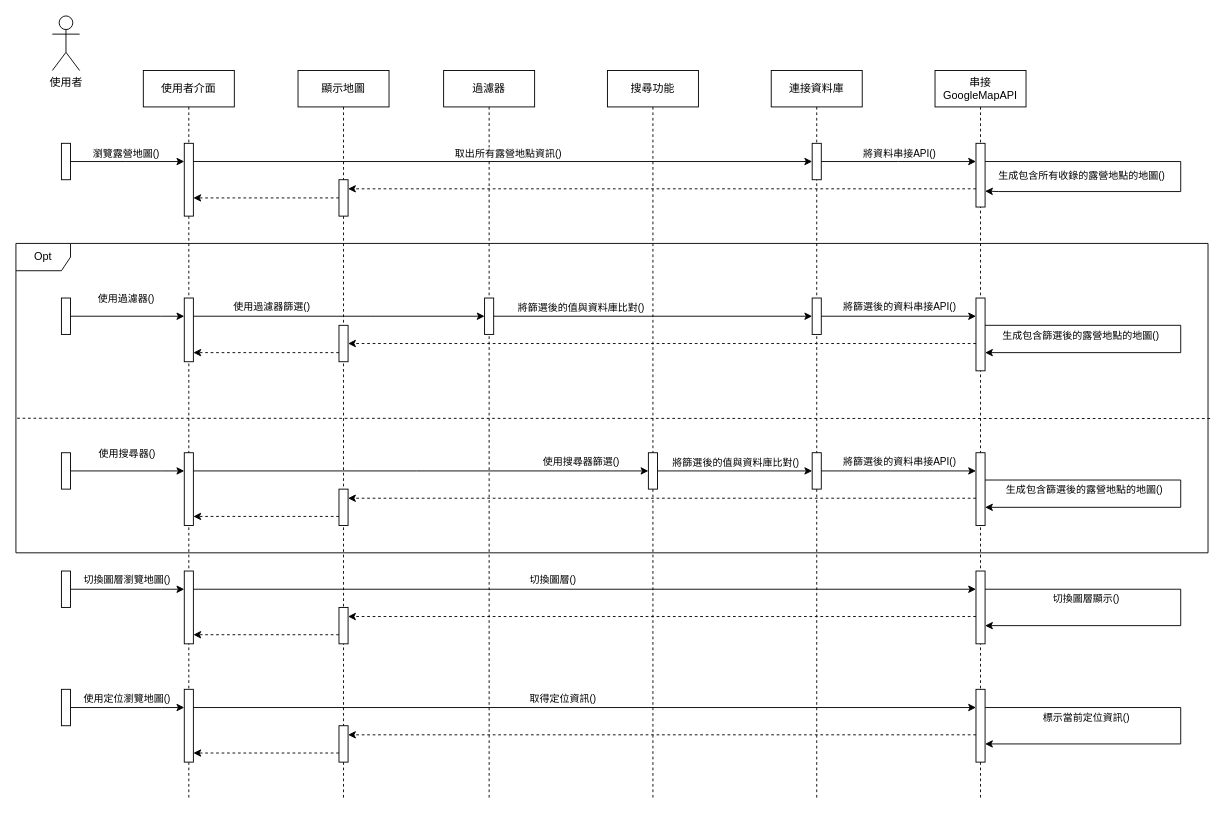
The draw.io diagram page "瀏覽地圖 - AC圖" (2 of 3) of UI圖.drawio in sanchongdragon/DrawIOTest, before the edit. Source tidied: cells renumbered, new cells numbered last; positions are measured from the earlier drawing's top-left corner, leaving out a move shared by most shapes. Both pictures are drawn from the tidied source at 91%, with x=0, y=0 at pixel (15, 15).
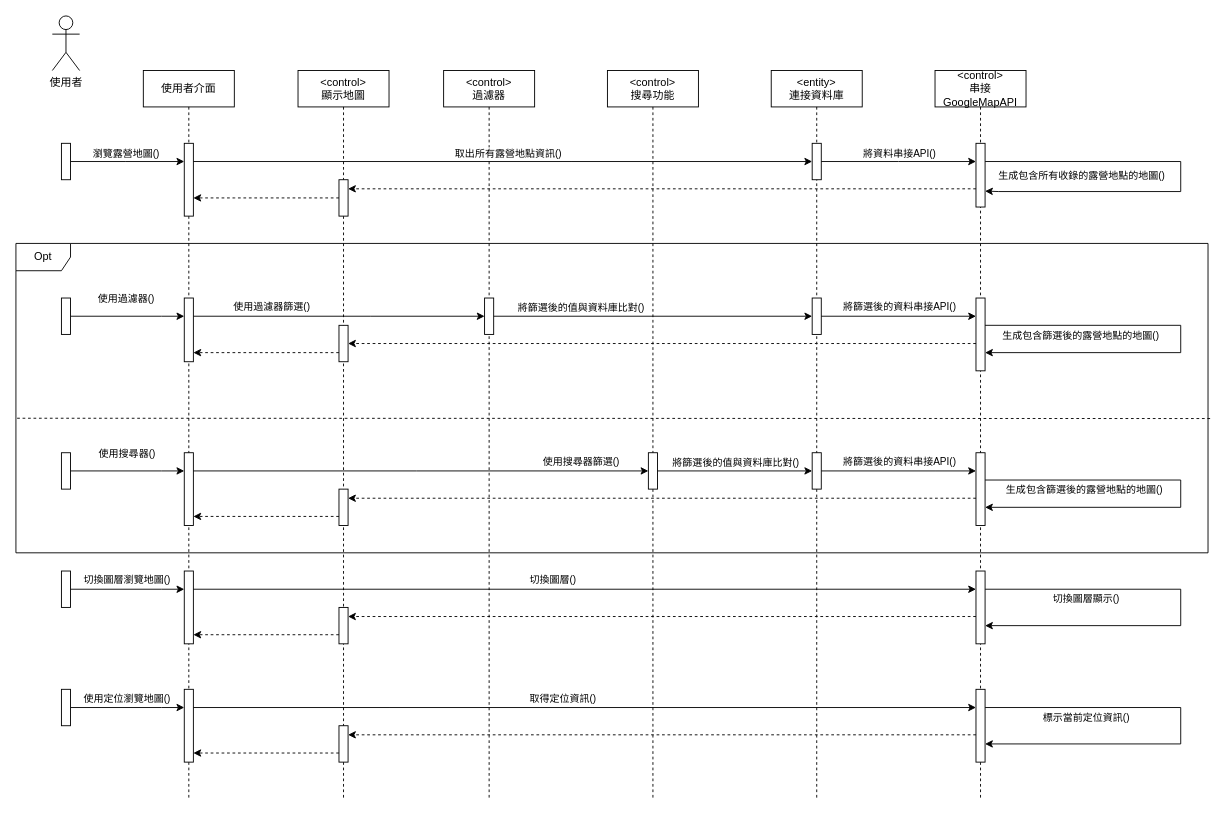
The same page after the edit.

Change to the diagram source:
```diff
@@
-    <mxCell id="6" value="串接GoogleMapAPI" style="shape=umlLifeline;perimeter=lifelinePerimeter;whiteSpace=wrap;html=1;" parent="1" vertex="1">
+    <mxCell id="6" value="&amp;lt;control&amp;gt;&lt;br&gt;串接GoogleMapAPI" style="shape=umlLifeline;perimeter=lifelinePerimeter;whiteSpace=wrap;html=1;" parent="1" vertex="1">
       <mxGeometry x="1010" y="60" width="100" height="800" as="geometry" />
     </mxCell>
@@
-    <mxCell id="19" value="連接資料庫" style="shape=umlLifeline;perimeter=lifelinePerimeter;whiteSpace=wrap;html=1;" parent="1" vertex="1">
+    <mxCell id="19" value="&amp;lt;entity&amp;gt;&lt;br&gt;連接資料庫" style="shape=umlLifeline;perimeter=lifelinePerimeter;whiteSpace=wrap;html=1;" parent="1" vertex="1">
       <mxGeometry x="830" y="60" width="100" height="800" as="geometry" />
     </mxCell>
@@
-    <mxCell id="22" value="過濾器" style="shape=umlLifeline;perimeter=lifelinePerimeter;whiteSpace=wrap;html=1;" parent="1" vertex="1">
+    <mxCell id="22" value="&amp;lt;control&amp;gt;&lt;br&gt;過濾器" style="shape=umlLifeline;perimeter=lifelinePerimeter;whiteSpace=wrap;html=1;" parent="1" vertex="1">
       <mxGeometry x="470" y="60" width="100" height="800" as="geometry" />
     </mxCell>
@@
-    <mxCell id="24" value="搜尋功能" style="shape=umlLifeline;perimeter=lifelinePerimeter;whiteSpace=wrap;html=1;" parent="1" vertex="1">
+    <mxCell id="24" value="&amp;lt;control&amp;gt;&lt;br&gt;搜尋功能" style="shape=umlLifeline;perimeter=lifelinePerimeter;whiteSpace=wrap;html=1;" parent="1" vertex="1">
       <mxGeometry x="650" y="60" width="100" height="800" as="geometry" />
     </mxCell>
@@
-    <mxCell id="62" value="顯示地圖" style="shape=umlLifeline;perimeter=lifelinePerimeter;whiteSpace=wrap;html=1;" parent="1" vertex="1">
+    <mxCell id="62" value="&amp;lt;control&amp;gt;&lt;br&gt;顯示地圖" style="shape=umlLifeline;perimeter=lifelinePerimeter;whiteSpace=wrap;html=1;" parent="1" vertex="1">
       <mxGeometry x="310" y="60" width="100" height="800" as="geometry" />
     </mxCell>
```
